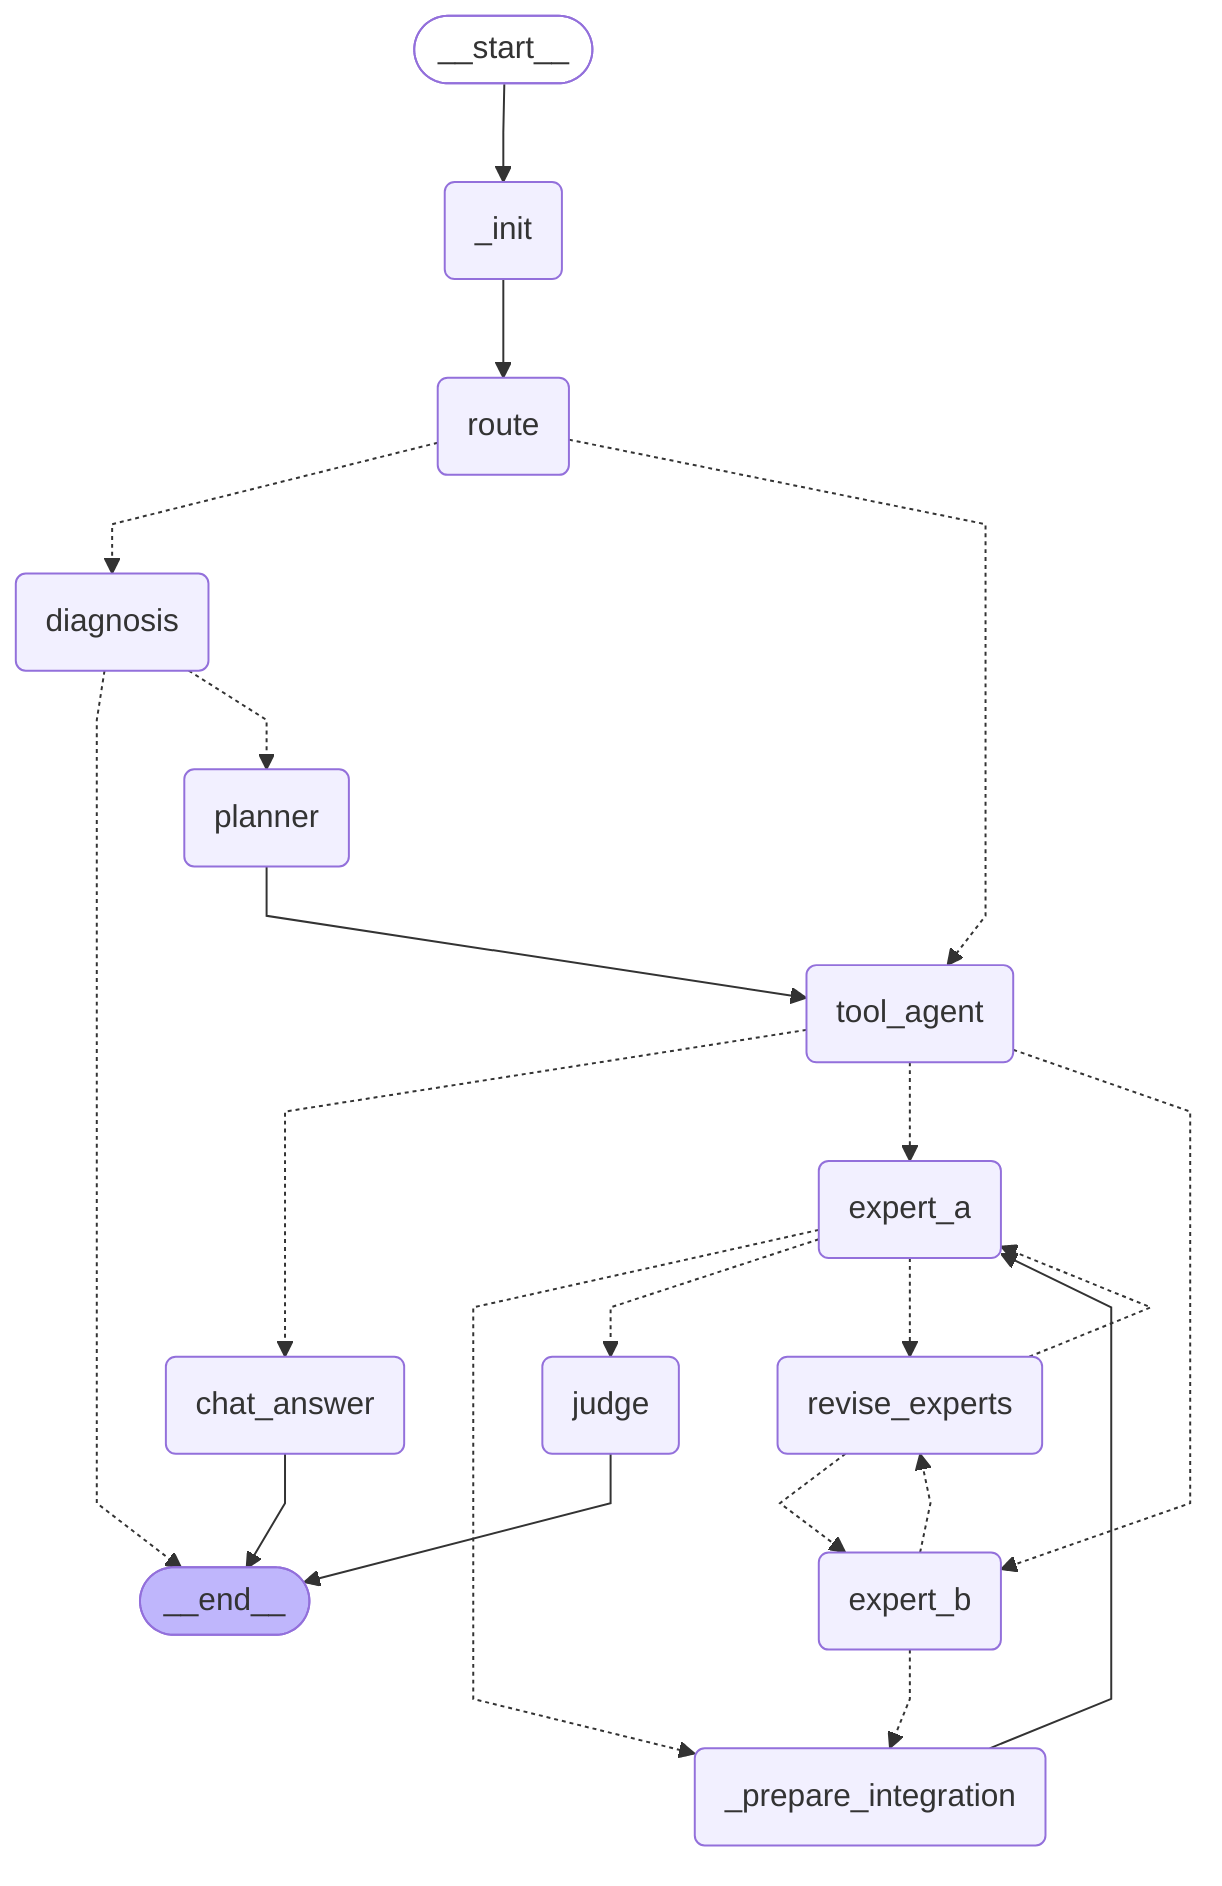
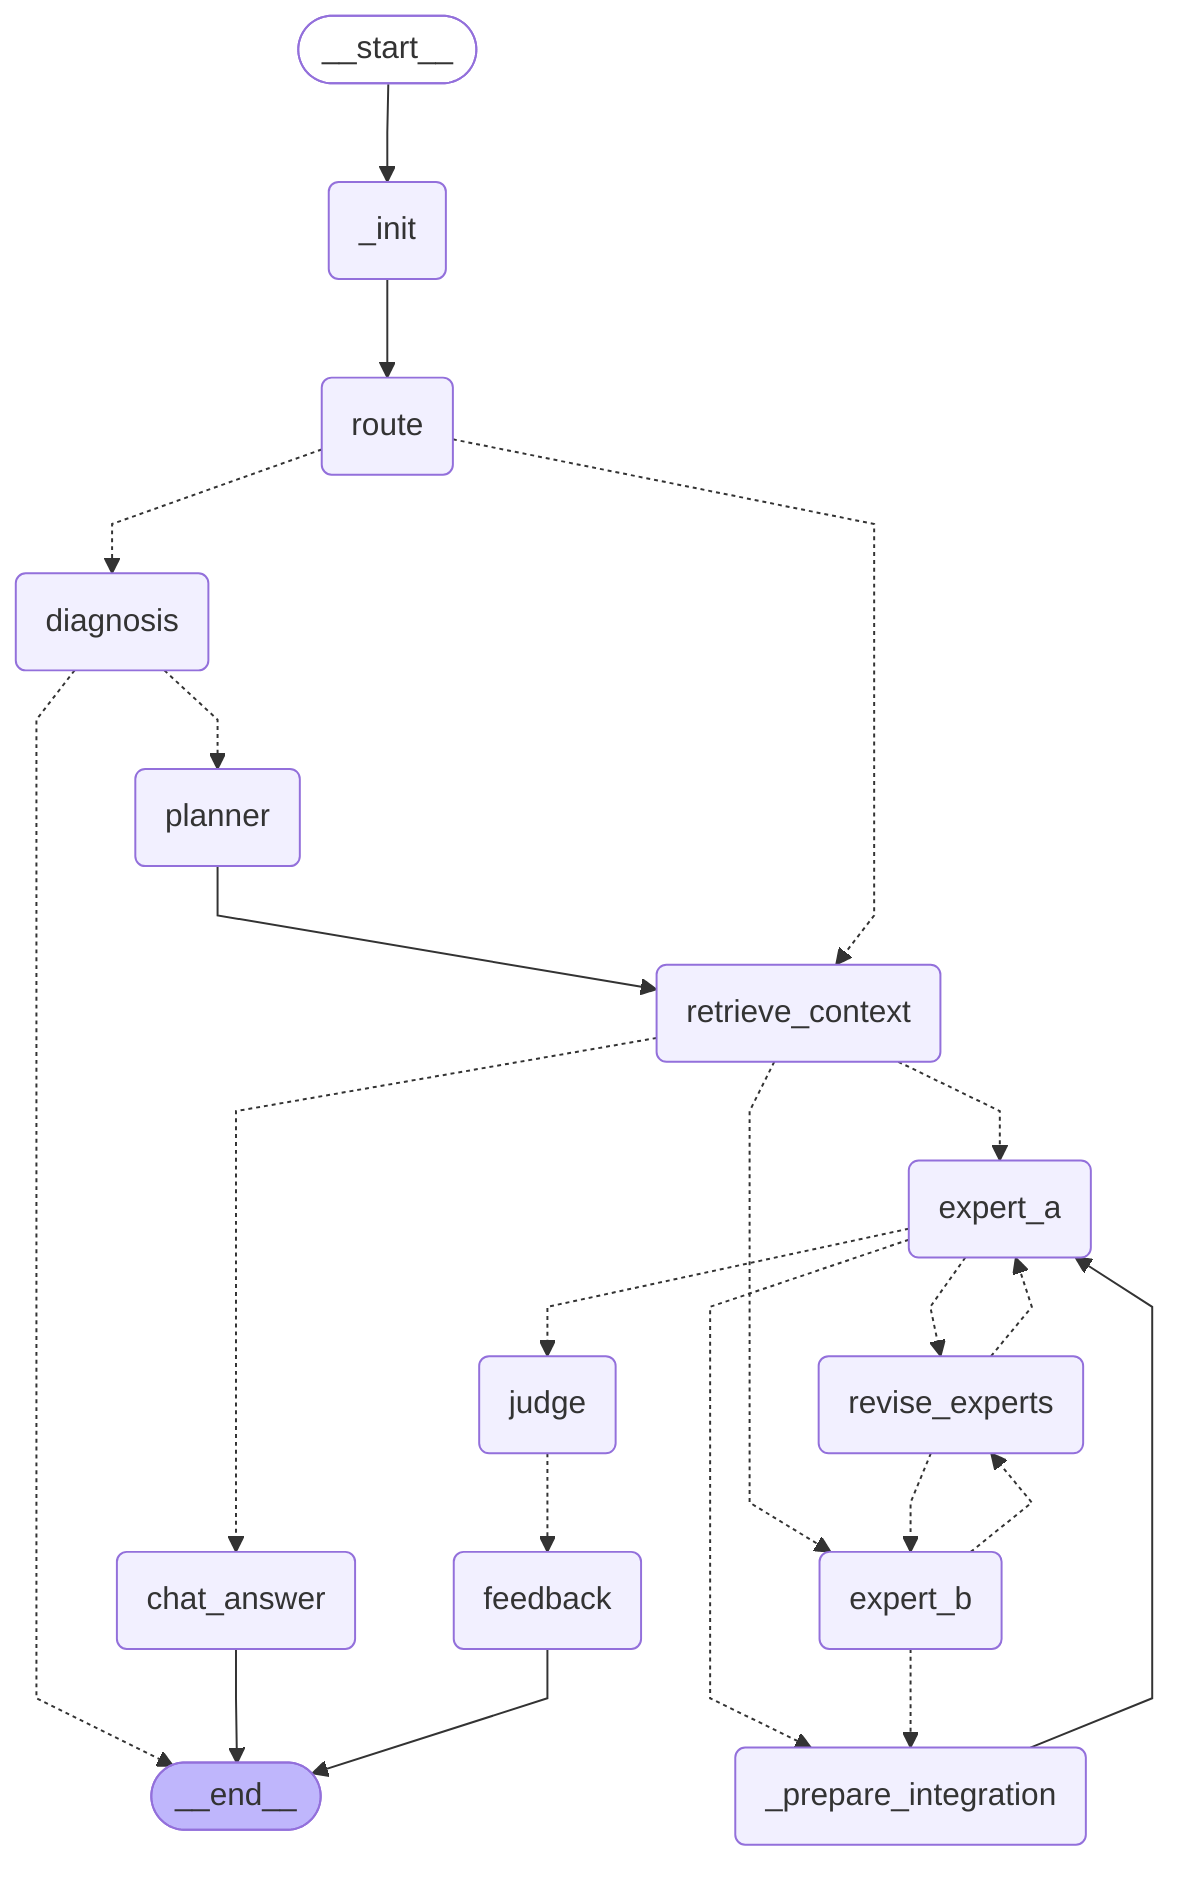
---
config:
  flowchart:
    curve: linear
---
graph TD;
	__start__([<p>__start__</p>]):::first
	_init(_init)
	route(route)
	diagnosis(diagnosis)
	planner(planner)
- 	tool_agent(tool_agent)
+ 	retrieve_context(retrieve_context)
	chat_answer(chat_answer)
	expert_a(expert_a)
	expert_b(expert_b)
	judge(judge)
+ 	feedback(feedback)
	revise_experts(revise_experts)
	_prepare_integration(_prepare_integration)
	__end__([<p>__end__</p>]):::last
	__start__ --> _init;
	_init --> route;
	_prepare_integration --> expert_a;
	diagnosis -.-> __end__;
	diagnosis -.-> planner;
	expert_a -.-> _prepare_integration;
	expert_a -.-> judge;
	expert_a -.-> revise_experts;
	expert_b -.-> _prepare_integration;
	expert_b -.-> revise_experts;
- 	planner --> tool_agent;
+ 	judge -.-> feedback;
+ 	planner --> retrieve_context;
+ 	retrieve_context -.-> chat_answer;
+ 	retrieve_context -.-> expert_a;
+ 	retrieve_context -.-> expert_b;
	revise_experts -.-> expert_a;
	revise_experts -.-> expert_b;
	route -.-> diagnosis;
- 	route -.-> tool_agent;
- 	tool_agent -.-> chat_answer;
- 	tool_agent -.-> expert_a;
- 	tool_agent -.-> expert_b;
+ 	route -.-> retrieve_context;
	chat_answer --> __end__;
- 	judge --> __end__;
+ 	feedback --> __end__;
	classDef default fill:#f2f0ff,line-height:1.2
	classDef first fill-opacity:0
	classDef last fill:#bfb6fc
